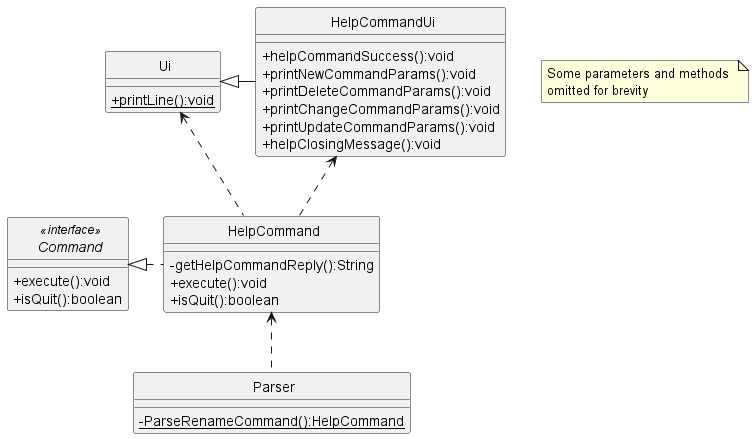
The PlantUML diagram docs/uml-diagrams/HelpCommandClass.png in rismm/tp, before a commit.
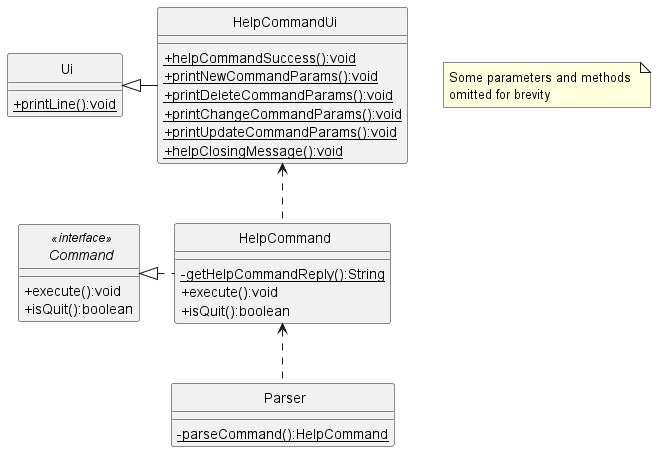
The same file after the commit.

Diff of the diagram source:
```diff
@@ -12,15 +12,15 @@
 Ui <|- HelpCommandUi
 HelpCommand <.. Parser
 Command <|. HelpCommand
-Ui <.. HelpCommand
 HelpCommandUi <.. HelpCommand
 
 interface Command <<interface>> {
     +execute():void
     +isQuit():boolean
 }
+
 class HelpCommand {
-    -getHelpCommandReply():String
+    {static}-getHelpCommandReply():String
     +execute():void
     +isQuit():boolean
 }
@@ -30,16 +30,16 @@
 }
 
 class HelpCommandUi {
-+helpCommandSuccess():void
-+printNewCommandParams():void
-+printDeleteCommandParams():void
-+printChangeCommandParams():void
-+printUpdateCommandParams():void
-+helpClosingMessage():void
+    {static}+helpCommandSuccess():void
+    {static}+printNewCommandParams():void
+    {static}+printDeleteCommandParams():void
+    {static}+printChangeCommandParams():void
+    {static}+printUpdateCommandParams():void
+    {static}+helpClosingMessage():void
 }
 
 class Parser {
-    {static}-ParseRenameCommand():HelpCommand
+    {static}-parseCommand():HelpCommand
 }
 
 note "Some parameters and methods \nomitted for brevity" as n1
```
